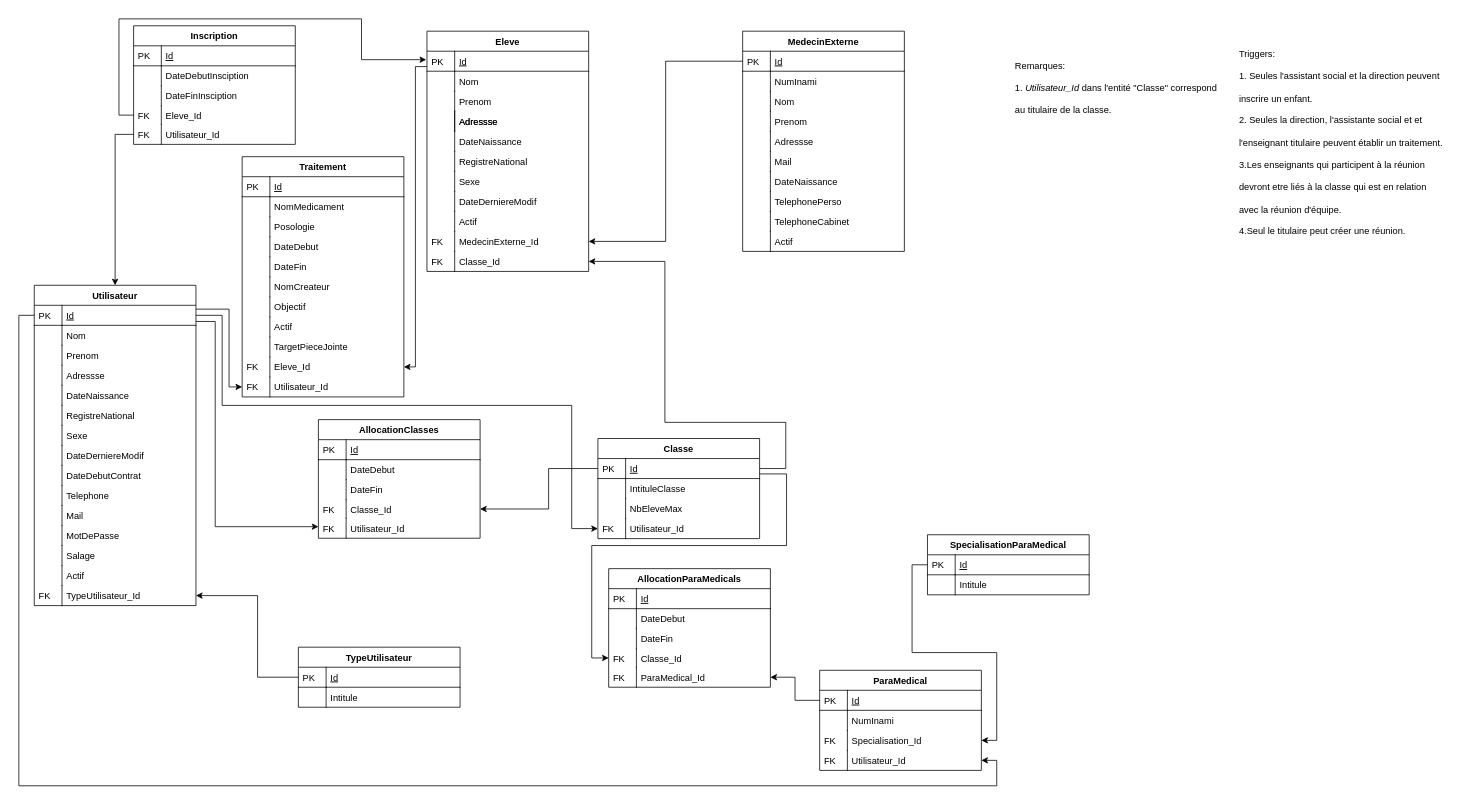
Earlier version of the draw.io diagram Complements/Analyse/Schémas Relationnel/SchRel_26052021.drawio (JeromeDelvaux/ChanterelleProject). Source tidied: cells renumbered, new cells numbered last; positions are measured from the earlier drawing's top-left corner, leaving out a move shared by most shapes. Both pictures are drawn from the tidied source at 77%, with x=0, y=0 at pixel (18, 18).
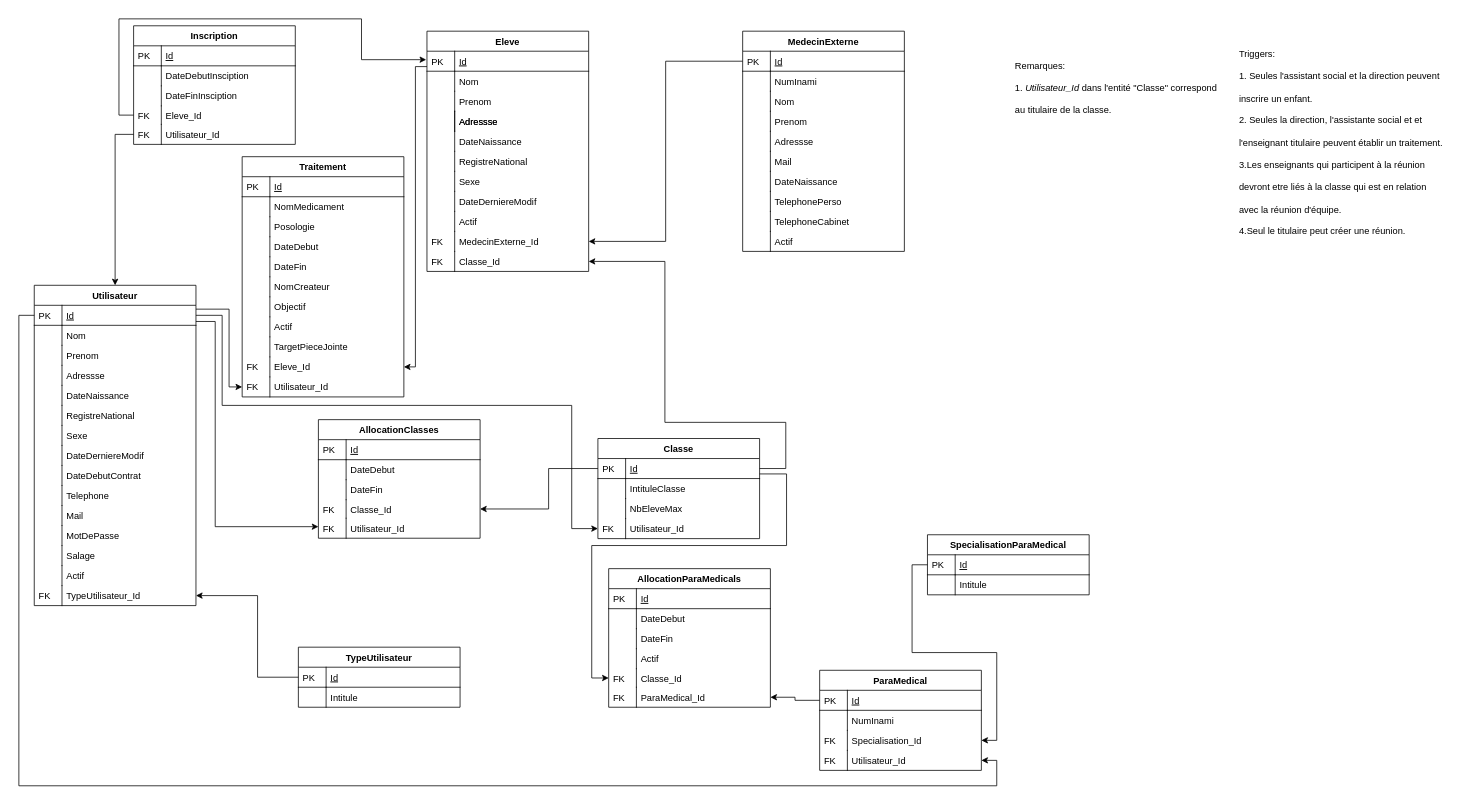
Above is the later version.

Unchanged cells that the change refers to:
```xml
<mxCell id="135" value="Id" style="shape=partialRectangle;top=0;left=0;right=0;bottom=1;align=left;verticalAlign=top;fillColor=none;spacingLeft=40;spacingRight=4;overflow=hidden;points=[[0,0.5],[1,0.5]];portConstraint=eastwest;rounded=0;shadow=0;strokeWidth=1;fontStyle=4;" parent="134" vertex="1">
  <mxGeometry y="26" width="210" height="26" as="geometry" />
</mxCell>
```

Change to the diagram source:
```diff
@@
     <mxCell id="143" value="AllocationParaMedicals" style="swimlane;fontStyle=1;horizontal=1;startSize=26;rounded=0;shadow=0;strokeWidth=1;" parent="1" vertex="1">
-      <mxGeometry x="766" y="714" width="210" height="154" as="geometry" />
+      <mxGeometry x="766" y="714" width="210" height="180" as="geometry" />
     </mxCell>
@@
+    <mxCell id="179" value="Actif" style="shape=partialRectangle;top=0;left=0;right=0;bottom=0;align=left;verticalAlign=top;fillColor=none;spacingLeft=40;spacingRight=4;overflow=hidden;rounded=0;shadow=0;strokeWidth=1;" parent="143" vertex="1">
+      <mxGeometry y="104" width="210" height="26" as="geometry" />
+    </mxCell>
+    <mxCell id="180" style="shape=partialRectangle;top=0;left=0;bottom=0;fillColor=none;align=left;verticalAlign=top;spacingLeft=4;spacingRight=4;overflow=hidden;" parent="179" vertex="1">
+      <mxGeometry width="36" height="26" as="geometry" />
+    </mxCell>
     <mxCell id="150" value="Classe_Id" style="shape=partialRectangle;top=0;left=0;right=0;bottom=0;align=left;verticalAlign=top;fillColor=none;spacingLeft=40;spacingRight=4;overflow=hidden;points=[[0,0.5],[1,0.5]];portConstraint=eastwest;rounded=0;shadow=0;strokeWidth=1;" parent="143" vertex="1">
-      <mxGeometry y="104" width="210" height="24" as="geometry" />
+      <mxGeometry y="130" width="210" height="24" as="geometry" />
     </mxCell>
@@
     <mxCell id="152" value="ParaMedical_Id" style="shape=partialRectangle;top=0;left=0;right=0;bottom=0;align=left;verticalAlign=top;fillColor=none;spacingLeft=40;spacingRight=4;overflow=hidden;points=[[0,0.5],[1,0.5]];portConstraint=eastwest;rounded=0;shadow=0;strokeWidth=1;" parent="143" vertex="1">
-      <mxGeometry y="128" width="210" height="26" as="geometry" />
+      <mxGeometry y="154" width="210" height="26" as="geometry" />
     </mxCell>
@@
     <mxCell id="155" style="edgeStyle=orthogonalEdgeStyle;rounded=0;jettySize=auto;html=1;entryX=0;entryY=0.5;entryDx=0;entryDy=0;" parent="1" edge="1" source="135" target="150">
       <mxGeometry relative="1" as="geometry">
         <Array as="points">
           <mxPoint x="997" y="591" />
           <mxPoint x="997" y="684" />
           <mxPoint x="744" y="684" />
-          <mxPoint x="744" y="830" />
+          <mxPoint x="744" y="856" />
         </Array>
       </mxGeometry>
     </mxCell>
```
